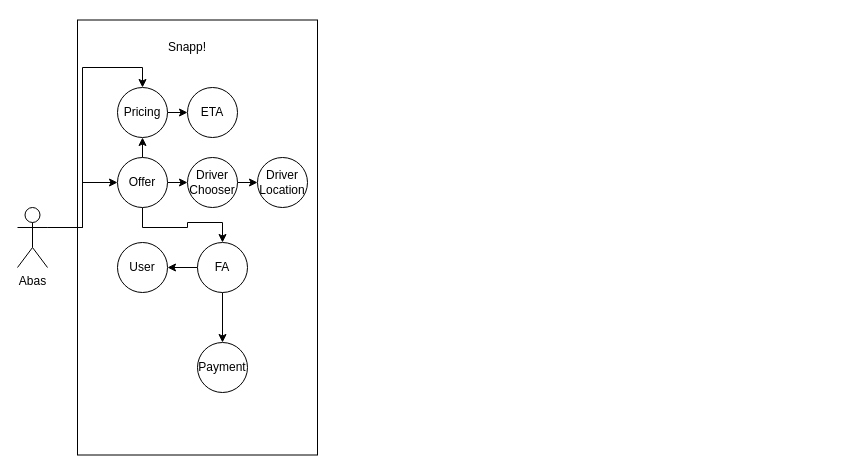
The draw.io diagram Untitled Diagram.drawio in ArmanAjdani/Payment, before the edit. Source tidied: cells renumbered, new cells numbered last; positions are measured from the earlier drawing's top-left corner, leaving out a move shared by most shapes. Both pictures are drawn from the tidied source at 100%, with x=0, y=0 at pixel (17, 20).
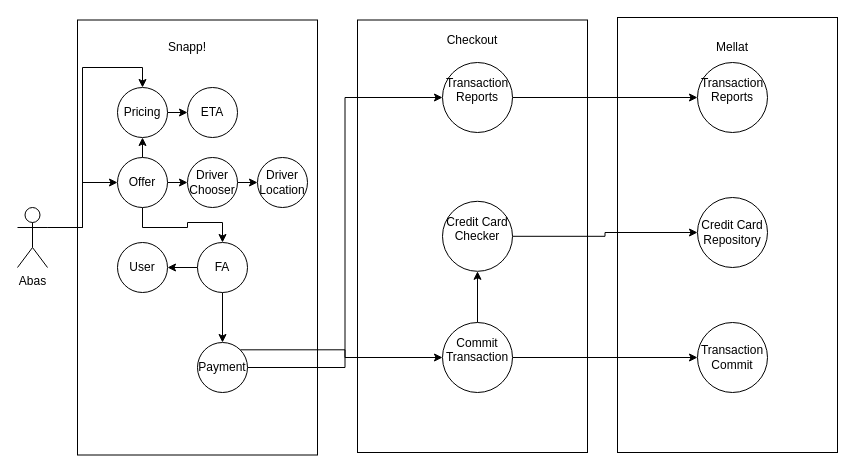
The same diagram, later.

Commit message:
added Checkout and Mellat Bank designs

The change refers to these unchanged cells:
```xml
<mxCell id="7" value="Payment" style="ellipse;whiteSpace=wrap;html=1;" parent="1" vertex="1">
  <mxGeometry x="180" y="322" width="50" height="50" as="geometry" />
</mxCell>
```

Change to the diagram source:
```diff
@@
+    <mxCell id="22" style="rounded=0;whiteSpace=wrap;html=1;strokeColor=default;align=center;verticalAlign=middle;fontFamily=Helvetica;fontSize=12;fontColor=default;fillColor=default;" parent="1" vertex="1">
+      <mxGeometry x="600" y="-3" width="220" height="435" as="geometry" />
+    </mxCell>
+    <mxCell id="23" style="rounded=0;whiteSpace=wrap;html=1;strokeColor=default;align=center;verticalAlign=middle;fontFamily=Helvetica;fontSize=12;fontColor=default;fillColor=default;" parent="1" vertex="1">
+      <mxGeometry x="340" y="-0.5" width="230" height="432.5" as="geometry" />
+    </mxCell>
@@
+    <mxCell id="24" style="edgeStyle=orthogonalEdgeStyle;rounded=0;jettySize=auto;html=1;exitX=1;exitY=0.5;exitDx=0;exitDy=0;entryX=0;entryY=0.5;entryDx=0;entryDy=0;fontFamily=Helvetica;fontSize=12;fontColor=default;" parent="1" edge="1" source="7" target="32">
+      <mxGeometry relative="1" as="geometry" />
+    </mxCell>
+    <mxCell id="25" style="edgeStyle=orthogonalEdgeStyle;rounded=0;jettySize=auto;html=1;exitX=1;exitY=0;exitDx=0;exitDy=0;entryX=0;entryY=0.5;entryDx=0;entryDy=0;fontFamily=Helvetica;fontSize=12;fontColor=default;" parent="1" edge="1" source="7" target="28">
+      <mxGeometry relative="1" as="geometry" />
+    </mxCell>
@@
+    <mxCell id="26" style="edgeStyle=orthogonalEdgeStyle;rounded=0;jettySize=auto;html=1;exitX=0.5;exitY=0;exitDx=0;exitDy=0;entryX=0.5;entryY=1;entryDx=0;entryDy=0;fontFamily=Helvetica;fontSize=12;fontColor=default;" parent="1" edge="1" source="28" target="30">
+      <mxGeometry relative="1" as="geometry" />
+    </mxCell>
+    <mxCell id="27" style="edgeStyle=orthogonalEdgeStyle;rounded=0;jettySize=auto;html=1;exitX=1;exitY=0.5;exitDx=0;exitDy=0;entryX=0;entryY=0.5;entryDx=0;entryDy=0;fontFamily=Helvetica;fontSize=12;fontColor=default;" parent="1" edge="1" source="28" target="34">
+      <mxGeometry relative="1" as="geometry" />
+    </mxCell>
+    <mxCell id="28" value="Commit Transaction&lt;div&gt;&lt;br&gt;&lt;/div&gt;" style="ellipse;whiteSpace=wrap;html=1;strokeColor=default;align=center;verticalAlign=middle;fontFamily=Helvetica;fontSize=12;fontColor=default;fillColor=default;" parent="1" vertex="1">
+      <mxGeometry x="425" y="302" width="70" height="70" as="geometry" />
+    </mxCell>
+    <mxCell id="29" style="edgeStyle=orthogonalEdgeStyle;rounded=0;jettySize=auto;html=1;exitX=1;exitY=0.5;exitDx=0;exitDy=0;entryX=0;entryY=0.5;entryDx=0;entryDy=0;fontFamily=Helvetica;fontSize=12;fontColor=default;" parent="1" edge="1" source="30" target="35">
+      <mxGeometry relative="1" as="geometry" />
+    </mxCell>
+    <mxCell id="30" value="Credit Card Checker&lt;div&gt;&lt;br&gt;&lt;/div&gt;" style="ellipse;whiteSpace=wrap;html=1;strokeColor=default;align=center;verticalAlign=middle;fontFamily=Helvetica;fontSize=12;fontColor=default;fillColor=default;" parent="1" vertex="1">
+      <mxGeometry x="425" y="180.8" width="70" height="70" as="geometry" />
+    </mxCell>
+    <mxCell id="31" style="edgeStyle=orthogonalEdgeStyle;rounded=0;jettySize=auto;html=1;exitX=1;exitY=0.5;exitDx=0;exitDy=0;fontFamily=Helvetica;fontSize=12;fontColor=default;" parent="1" edge="1" source="32" target="36">
+      <mxGeometry relative="1" as="geometry" />
+    </mxCell>
+    <mxCell id="32" value="Transaction Reports&lt;div&gt;&lt;br&gt;&lt;/div&gt;" style="ellipse;whiteSpace=wrap;html=1;strokeColor=default;align=center;verticalAlign=middle;fontFamily=Helvetica;fontSize=12;fontColor=default;fillColor=default;" parent="1" vertex="1">
+      <mxGeometry x="425" y="42" width="70" height="70" as="geometry" />
+    </mxCell>
+    <mxCell id="33" value="Checkout&lt;div&gt;&lt;br&gt;&lt;/div&gt;" style="text;html=1;align=center;verticalAlign=middle;whiteSpace=wrap;rounded=0;fontFamily=Helvetica;fontSize=12;fontColor=default;" parent="1" vertex="1">
+      <mxGeometry x="425" y="12" width="60" height="30" as="geometry" />
+    </mxCell>
+    <mxCell id="34" value="Transaction Commit" style="ellipse;whiteSpace=wrap;html=1;strokeColor=default;align=center;verticalAlign=middle;fontFamily=Helvetica;fontSize=12;fontColor=default;fillColor=default;" parent="1" vertex="1">
+      <mxGeometry x="680" y="302" width="70" height="70" as="geometry" />
+    </mxCell>
+    <mxCell id="35" value="Credit Card Repository" style="ellipse;whiteSpace=wrap;html=1;strokeColor=default;align=center;verticalAlign=middle;fontFamily=Helvetica;fontSize=12;fontColor=default;fillColor=default;" parent="1" vertex="1">
+      <mxGeometry x="680" y="177" width="70" height="70" as="geometry" />
+    </mxCell>
+    <mxCell id="36" value="Transaction Reports&lt;div&gt;&lt;br&gt;&lt;/div&gt;" style="ellipse;whiteSpace=wrap;html=1;strokeColor=default;align=center;verticalAlign=middle;fontFamily=Helvetica;fontSize=12;fontColor=default;fillColor=default;" parent="1" vertex="1">
+      <mxGeometry x="680" y="42" width="70" height="70" as="geometry" />
+    </mxCell>
+    <mxCell id="37" value="Mellat" style="text;html=1;align=center;verticalAlign=middle;whiteSpace=wrap;rounded=0;fontFamily=Helvetica;fontSize=12;fontColor=default;" parent="1" vertex="1">
+      <mxGeometry x="685" y="12" width="60" height="30" as="geometry" />
+    </mxCell>
```
